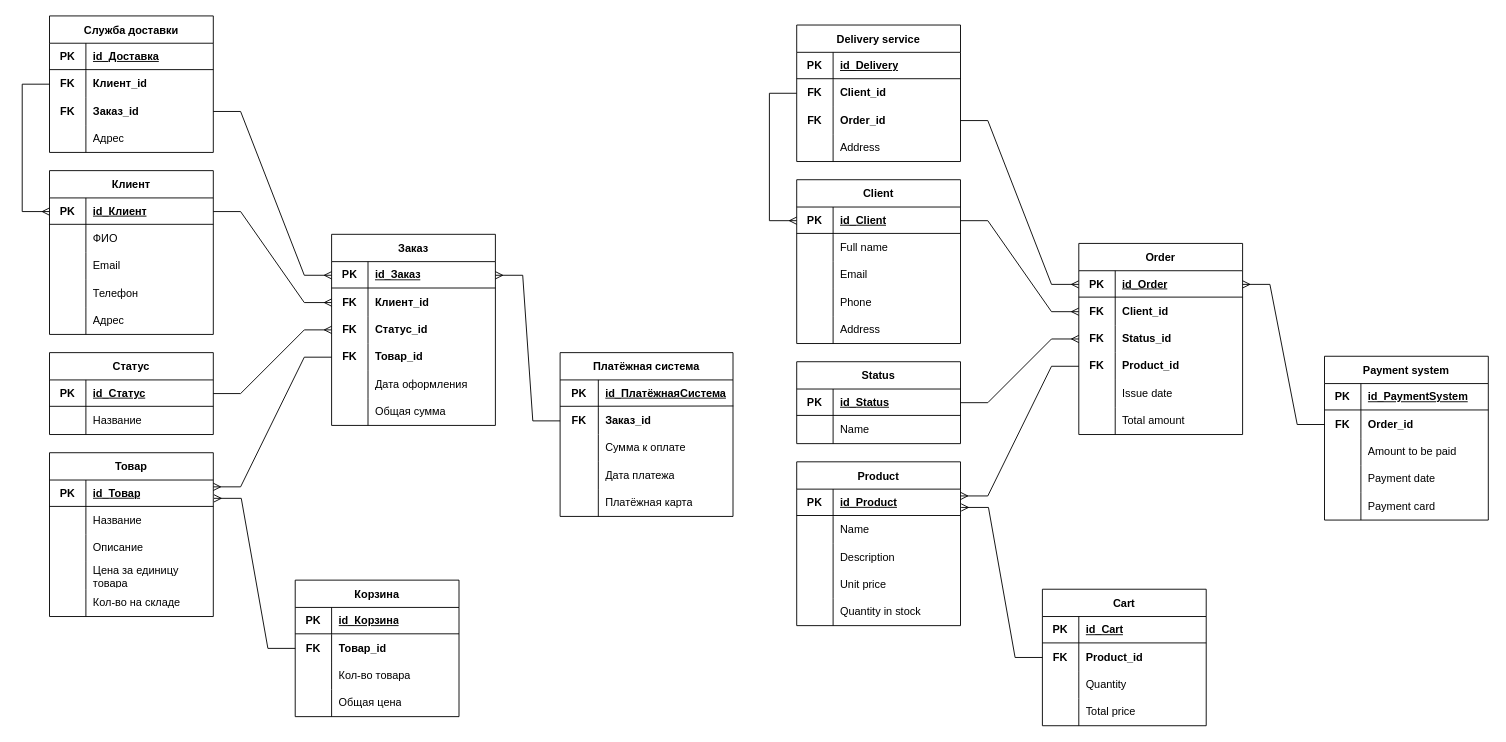
Earlier version of the draw.io diagram page "Логическая модель" (7 of 8) of Все диаграммы.drawio (AnnaOtchina/AnnaKyrsach). Source tidied: cells renumbered, new cells numbered last; positions are measured from the earlier drawing's top-left corner, leaving out a move shared by most shapes. Both pictures are drawn from the tidied source at 91%, with x=0, y=0 at pixel (22, 15).
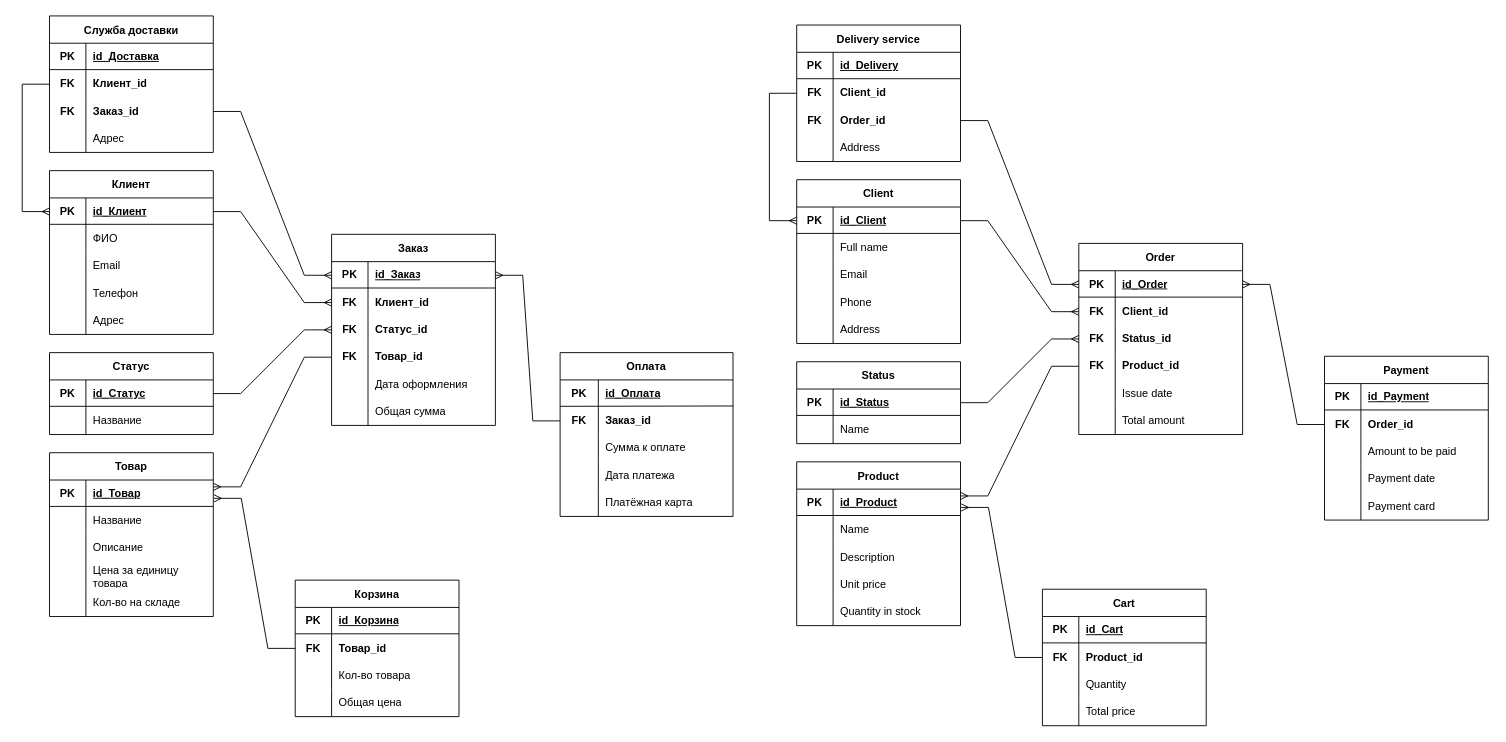
Above is the later version.

Unchanged cells that the change refers to:
```xml
<mxCell id="71" style="shape=tableRow;horizontal=0;startSize=0;swimlaneHead=0;swimlaneBody=0;top=0;left=0;bottom=0;right=0;fillColor=none;strokeColor=inherit;fontSize=12;" parent="70" vertex="1">
  <mxGeometry y="30" width="180" height="30" as="geometry" />
</mxCell>
<mxCell id="185" style="shape=tableRow;horizontal=0;startSize=0;swimlaneHead=0;swimlaneBody=0;top=0;left=0;bottom=0;right=0;fillColor=none;points=[[0,0.5],[1,0.5]];portConstraint=eastwest;strokeColor=inherit;fontSize=12;" parent="184" vertex="1">
  <mxGeometry y="30" width="190" height="30" as="geometry" />
</mxCell>
```

Diff of the diagram source:
```diff
@@
-    <mxCell id="70" value="Payment system" style="shape=table;startSize=30;childLayout=tableLayout;rowLines=0;fontStyle=1;strokeColor=default;fontSize=12;" parent="1" vertex="1">
+    <mxCell id="70" value="Payment" style="shape=table;startSize=30;childLayout=tableLayout;rowLines=0;fontStyle=1;strokeColor=default;fontSize=12;" parent="1" vertex="1">
       <mxGeometry x="1431" y="374" width="180" height="180" as="geometry" />
     </mxCell>
@@
-    <mxCell id="73" value="&lt;b&gt;&lt;u&gt;id_PaymentSystem&lt;/u&gt;&lt;/b&gt;" style="shape=partialRectangle;html=1;whiteSpace=wrap;fillColor=none;top=0;left=0;bottom=0;right=0;align=left;spacingLeft=6;overflow=hidden;strokeColor=inherit;fontSize=12;" parent="71" vertex="1">
+    <mxCell id="73" value="&lt;b&gt;&lt;u&gt;id_Payment&lt;/u&gt;&lt;/b&gt;" style="shape=partialRectangle;html=1;whiteSpace=wrap;fillColor=none;top=0;left=0;bottom=0;right=0;align=left;spacingLeft=6;overflow=hidden;strokeColor=inherit;fontSize=12;" parent="71" vertex="1">
       <mxGeometry x="40" width="140" height="30" as="geometry" />
     </mxCell>
@@
-    <mxCell id="184" value="Платёжная система" style="shape=table;startSize=30;childLayout=tableLayout;rowLines=0;fontStyle=1;strokeColor=default;fontSize=12;" parent="1" vertex="1">
+    <mxCell id="184" value="Оплата" style="shape=table;startSize=30;childLayout=tableLayout;rowLines=0;fontStyle=1;strokeColor=default;fontSize=12;" parent="1" vertex="1">
       <mxGeometry x="591" y="370" width="190" height="180" as="geometry" />
     </mxCell>
@@
-    <mxCell id="187" value="&lt;b&gt;&lt;u&gt;id_ПлатёжнаяСистема&lt;/u&gt;&lt;/b&gt;" style="shape=partialRectangle;html=1;whiteSpace=wrap;fillColor=none;top=0;left=0;bottom=0;right=0;align=left;spacingLeft=6;overflow=hidden;strokeColor=inherit;fontSize=12;" parent="185" vertex="1">
+    <mxCell id="187" value="&lt;b&gt;&lt;u&gt;id_Оплата&lt;/u&gt;&lt;/b&gt;" style="shape=partialRectangle;html=1;whiteSpace=wrap;fillColor=none;top=0;left=0;bottom=0;right=0;align=left;spacingLeft=6;overflow=hidden;strokeColor=inherit;fontSize=12;" parent="185" vertex="1">
       <mxGeometry x="42" width="148" height="30" as="geometry" />
     </mxCell>
```
